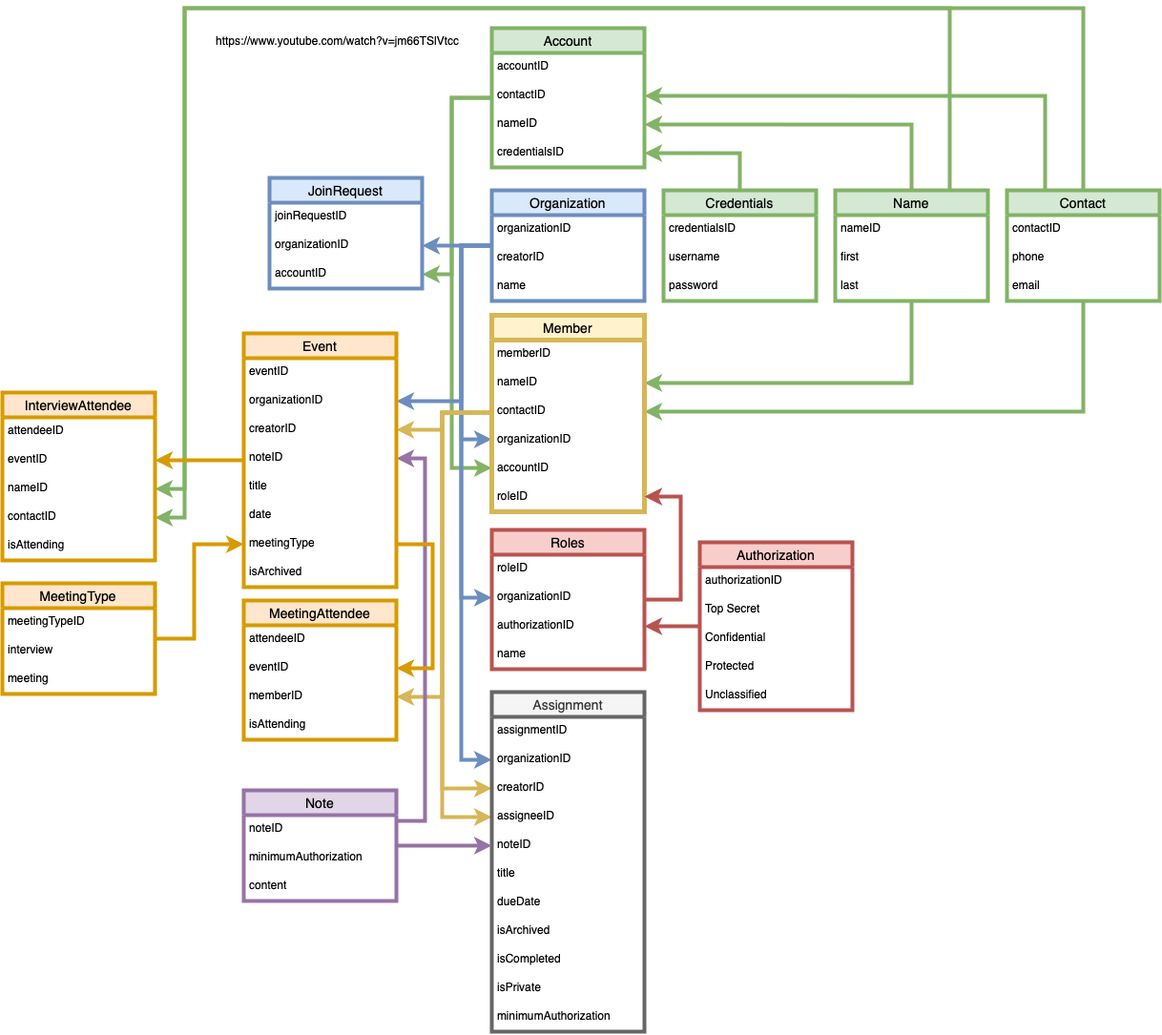
Earlier version of the draw.io export charts/Firestore DB.png (mcgaryp/Bishopric-Assistant). Source tidied: cells renumbered, new cells last; positions are measured from the earlier drawing's top-left corner, leaving out a move shared by most shapes.
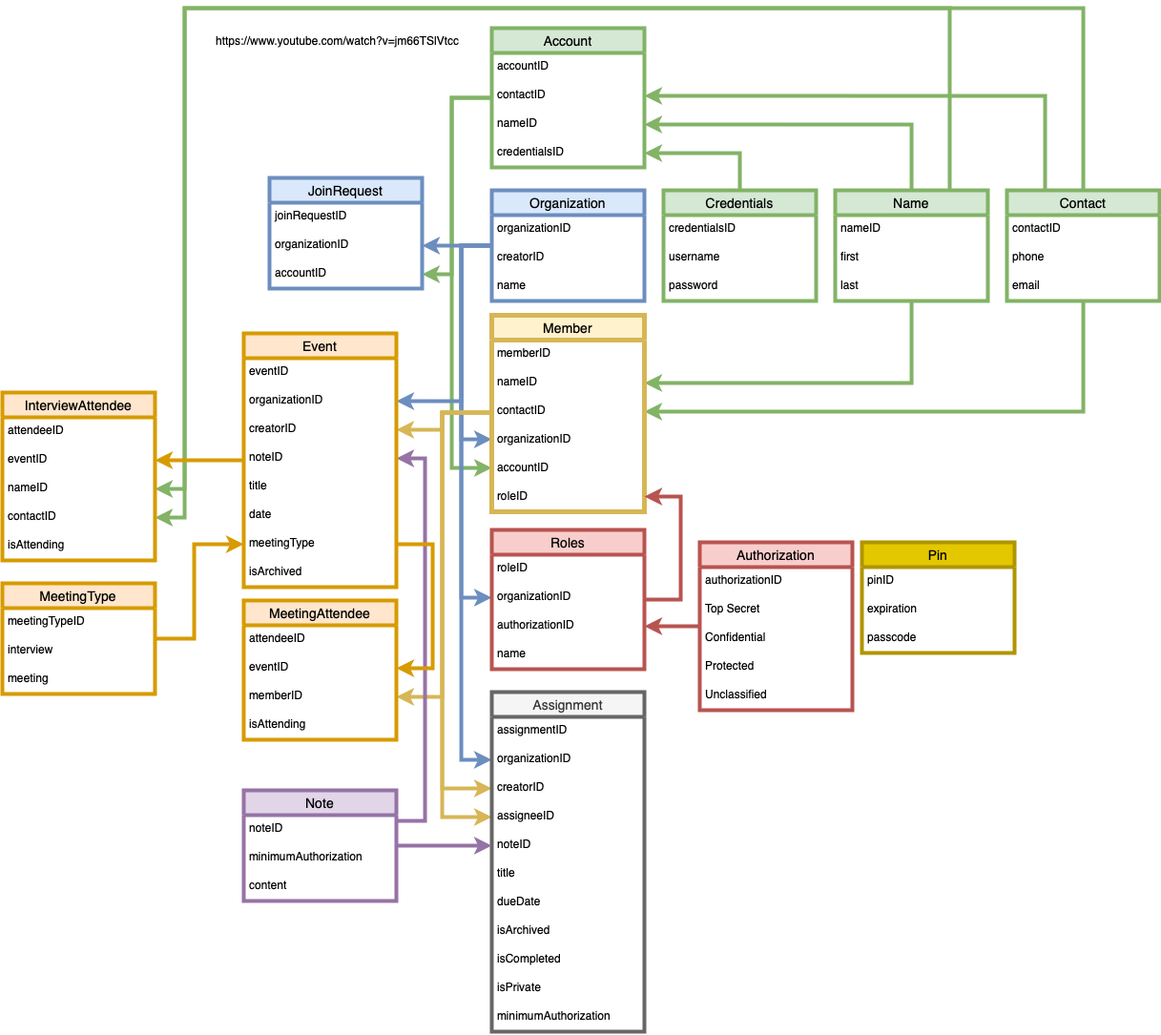
After the change.

Commit message:
add pin object

The edit, as a diff of the source:
```diff
@@ -416,5 +416,17 @@
     <mxCell id="110" value="meeting" style="text;strokeColor=none;fillColor=none;spacingLeft=4;spacingRight=4;overflow=hidden;fontSize=12;" parent="107" vertex="1">
       <mxGeometry y="86" width="160" height="30" as="geometry" />
     </mxCell>
+    <mxCell id="111" value="Pin" style="swimlane;fontStyle=0;horizontal=1;startSize=26;align=center;fontSize=14;fillColor=#e3c800;strokeColor=#B09500;strokeWidth=4;fontColor=#000000;" parent="1" vertex="1">
+      <mxGeometry x="901" y="560" width="160" height="116" as="geometry" />
+    </mxCell>
+    <mxCell id="112" value="pinID" style="text;strokeColor=none;fillColor=none;spacingLeft=4;spacingRight=4;overflow=hidden;fontSize=12;" parent="111" vertex="1">
+      <mxGeometry y="26" width="160" height="30" as="geometry" />
+    </mxCell>
+    <mxCell id="113" value="expiration" style="text;strokeColor=none;fillColor=none;spacingLeft=4;spacingRight=4;overflow=hidden;fontSize=12;" parent="111" vertex="1">
+      <mxGeometry y="56" width="160" height="30" as="geometry" />
+    </mxCell>
+    <mxCell id="114" value="passcode" style="text;strokeColor=none;fillColor=none;spacingLeft=4;spacingRight=4;overflow=hidden;fontSize=12;" parent="111" vertex="1">
+      <mxGeometry y="86" width="160" height="30" as="geometry" />
+    </mxCell>
   </root>
 </mxGraphModel>
```
